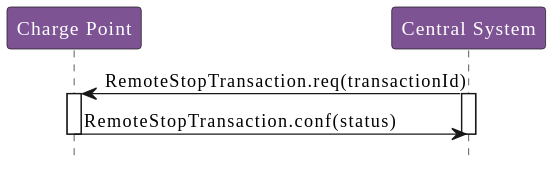
Before: OCPP_1.6/images/figure_33.svg, a diagram exported from PlantUML (phoi5675/ocpp-markdown).
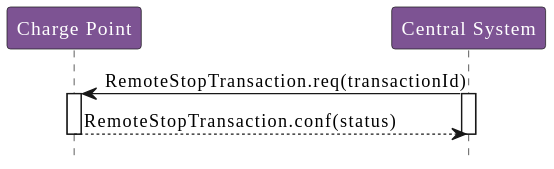
Above is the later version.

Diff of the diagram source:
```diff
@@ -5,12 +5,10 @@
 participant "Central System" as CentralSystem
 
 CentralSystem -> ChargePoint : RemoteStopTransaction.req(transactionId)
-
 activate ChargePoint
 activate CentralSystem
 
-ChargePoint -> CentralSystem : RemoteStopTransaction.conf(status)
-
+ChargePoint --> CentralSystem : RemoteStopTransaction.conf(status)
 deactivate CentralSystem
 deactivate ChargePoint
 @enduml
```
